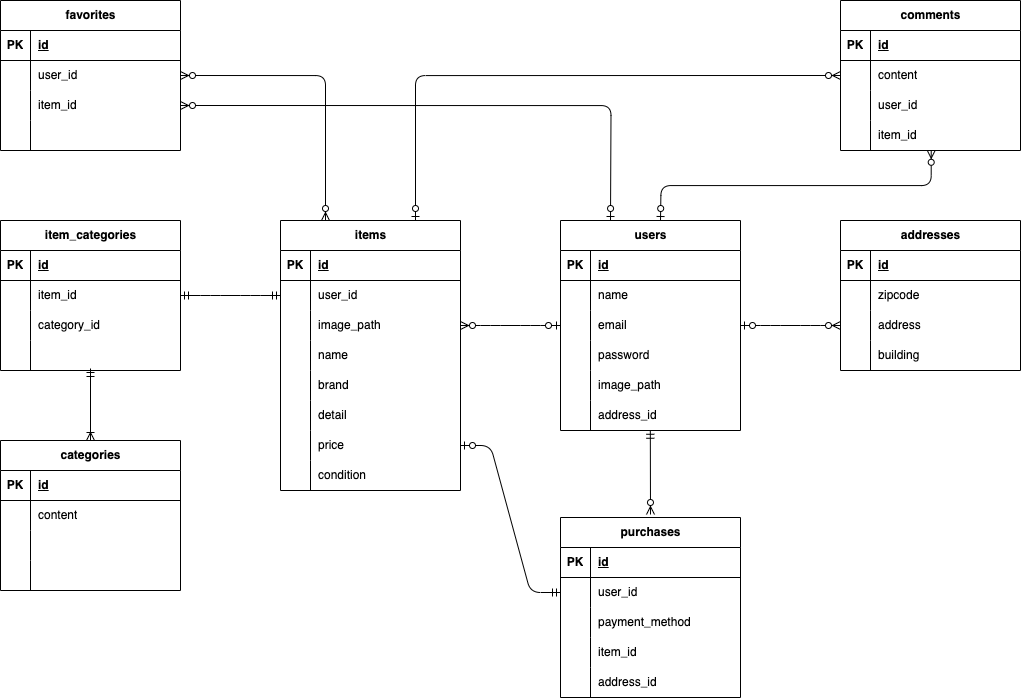
takuyakurikuri/flea-market keeps this draw.io diagram as src/ER.drawio.png. Above is the earlier version. Source tidied: cells renumbered, new cells last; positions are measured from the earlier drawing's top-left corner, leaving out a move shared by most shapes.
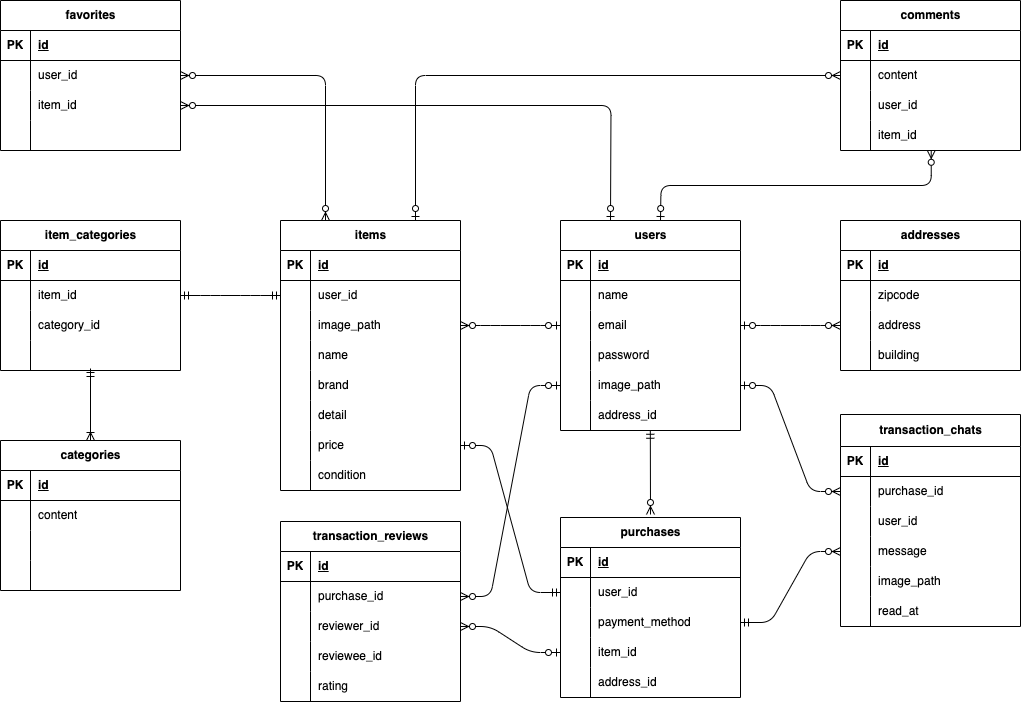
The same file after the commit.

What changed in the source:
```diff
@@ -415,5 +415,122 @@
     <mxCell id="136" style="edgeStyle=entityRelationEdgeStyle;fontSize=12;html=1;endArrow=ERzeroToMany;startArrow=ERzeroToOne;exitX=1;exitY=0.5;exitDx=0;exitDy=0;entryX=0;entryY=0.5;entryDx=0;entryDy=0;" parent="1" edge="1" source="124" target="76">
       <mxGeometry relative="1" as="geometry" />
     </mxCell>
+    <mxCell id="137" value="transaction_chats" style="shape=table;startSize=32;rowLines=0;fontStyle=1;align=center;html=1;" parent="1" vertex="1">
+      <mxGeometry x="840" y="414" width="180" height="212" as="geometry" />
+    </mxCell>
+    <mxCell id="138" style="shape=tableRow;horizontal=0;startSize=0;swimlaneHead=0;swimlaneBody=0;fillColor=none;top=0;left=0;right=0;bottom=1;" parent="137" vertex="1">
+      <mxGeometry y="32" width="180" height="30" as="geometry" />
+    </mxCell>
+    <mxCell id="139" value="PK" style="shape=partialRectangle;fillColor=none;top=0;left=0;bottom=0;right=0;fontStyle=1;overflow=hidden;whiteSpace=wrap;html=1;" parent="138" vertex="1">
+      <mxGeometry width="30" height="30" as="geometry" />
+    </mxCell>
+    <mxCell id="140" value="id" style="shape=partialRectangle;fillColor=none;top=0;left=0;bottom=0;right=0;align=left;spacingLeft=6;fontStyle=5;overflow=hidden;whiteSpace=wrap;html=1;" parent="138" vertex="1">
+      <mxGeometry x="30" width="150" height="30" as="geometry" />
+    </mxCell>
+    <mxCell id="141" style="shape=tableRow;horizontal=0;startSize=0;swimlaneHead=0;swimlaneBody=0;fillColor=none;points=[[0,0.5],[1,0.5]];portConstraint=eastwest;top=0;left=0;right=0;bottom=0;" parent="137" vertex="1">
+      <mxGeometry y="62" width="180" height="30" as="geometry" />
+    </mxCell>
+    <mxCell id="142" style="shape=partialRectangle;fillColor=none;top=0;left=0;bottom=0;right=0;overflow=hidden;whiteSpace=wrap;html=1;" parent="141" vertex="1">
+      <mxGeometry width="30" height="30" as="geometry" />
+    </mxCell>
+    <mxCell id="143" value="purchase_id" style="shape=partialRectangle;fillColor=none;top=0;left=0;bottom=0;right=0;align=left;spacingLeft=6;overflow=hidden;whiteSpace=wrap;html=1;" parent="141" vertex="1">
+      <mxGeometry x="30" width="150" height="30" as="geometry" />
+    </mxCell>
+    <mxCell id="144" style="shape=tableRow;horizontal=0;startSize=0;swimlaneHead=0;swimlaneBody=0;fillColor=none;top=0;left=0;right=0;bottom=0;" parent="137" vertex="1">
+      <mxGeometry y="92" width="180" height="30" as="geometry" />
+    </mxCell>
+    <mxCell id="145" style="shape=partialRectangle;fillColor=none;top=0;left=0;bottom=0;right=0;overflow=hidden;whiteSpace=wrap;html=1;" parent="144" vertex="1">
+      <mxGeometry width="30" height="30" as="geometry" />
+    </mxCell>
+    <mxCell id="146" value="user_id" style="shape=partialRectangle;fillColor=none;top=0;left=0;bottom=0;right=0;align=left;spacingLeft=6;overflow=hidden;whiteSpace=wrap;html=1;" parent="144" vertex="1">
+      <mxGeometry x="30" width="150" height="30" as="geometry" />
+    </mxCell>
+    <mxCell id="147" style="shape=tableRow;horizontal=0;startSize=0;swimlaneHead=0;swimlaneBody=0;fillColor=none;points=[[0,0.5],[1,0.5]];portConstraint=eastwest;top=0;left=0;right=0;bottom=0;" parent="137" vertex="1">
+      <mxGeometry y="122" width="180" height="30" as="geometry" />
+    </mxCell>
+    <mxCell id="148" style="shape=partialRectangle;fillColor=none;top=0;left=0;bottom=0;right=0;overflow=hidden;whiteSpace=wrap;html=1;" parent="147" vertex="1">
+      <mxGeometry width="30" height="30" as="geometry" />
+    </mxCell>
+    <mxCell id="149" value="message" style="shape=partialRectangle;fillColor=none;top=0;left=0;bottom=0;right=0;align=left;spacingLeft=6;overflow=hidden;whiteSpace=wrap;html=1;" parent="147" vertex="1">
+      <mxGeometry x="30" width="150" height="30" as="geometry" />
+    </mxCell>
+    <mxCell id="150" style="shape=tableRow;horizontal=0;startSize=0;swimlaneHead=0;swimlaneBody=0;fillColor=none;top=0;left=0;right=0;bottom=0;" parent="137" vertex="1">
+      <mxGeometry y="152" width="180" height="30" as="geometry" />
+    </mxCell>
+    <mxCell id="151" style="shape=partialRectangle;fillColor=none;top=0;left=0;bottom=0;right=0;overflow=hidden;whiteSpace=wrap;html=1;" parent="150" vertex="1">
+      <mxGeometry width="30" height="30" as="geometry" />
+    </mxCell>
+    <mxCell id="152" value="image_path" style="shape=partialRectangle;fillColor=none;top=0;left=0;bottom=0;right=0;align=left;spacingLeft=6;overflow=hidden;whiteSpace=wrap;html=1;" parent="150" vertex="1">
+      <mxGeometry x="30" width="150" height="30" as="geometry" />
+    </mxCell>
+    <mxCell id="153" style="shape=tableRow;horizontal=0;startSize=0;swimlaneHead=0;swimlaneBody=0;fillColor=none;top=0;left=0;right=0;bottom=0;" parent="137" vertex="1">
+      <mxGeometry y="182" width="180" height="30" as="geometry" />
+    </mxCell>
+    <mxCell id="154" style="shape=partialRectangle;fillColor=none;top=0;left=0;bottom=0;right=0;overflow=hidden;whiteSpace=wrap;html=1;" parent="153" vertex="1">
+      <mxGeometry width="30" height="30" as="geometry" />
+    </mxCell>
+    <mxCell id="155" value="read_at" style="shape=partialRectangle;fillColor=none;top=0;left=0;bottom=0;right=0;align=left;spacingLeft=6;overflow=hidden;whiteSpace=wrap;html=1;" parent="153" vertex="1">
+      <mxGeometry x="30" width="150" height="30" as="geometry" />
+    </mxCell>
+    <mxCell id="156" value="transaction_reviews" style="shape=table;startSize=30;rowLines=0;fontStyle=1;align=center;html=1;" parent="1" vertex="1">
+      <mxGeometry x="280" y="521" width="180" height="180" as="geometry" />
+    </mxCell>
+    <mxCell id="157" style="shape=tableRow;horizontal=0;startSize=0;swimlaneHead=0;swimlaneBody=0;fillColor=none;top=0;left=0;right=0;bottom=1;" parent="156" vertex="1">
+      <mxGeometry y="30" width="180" height="30" as="geometry" />
+    </mxCell>
+    <mxCell id="158" value="PK" style="shape=partialRectangle;fillColor=none;top=0;left=0;bottom=0;right=0;fontStyle=1;overflow=hidden;whiteSpace=wrap;html=1;" parent="157" vertex="1">
+      <mxGeometry width="30" height="30" as="geometry" />
+    </mxCell>
+    <mxCell id="159" value="id" style="shape=partialRectangle;fillColor=none;top=0;left=0;bottom=0;right=0;align=left;spacingLeft=6;fontStyle=5;overflow=hidden;whiteSpace=wrap;html=1;" parent="157" vertex="1">
+      <mxGeometry x="30" width="150" height="30" as="geometry" />
+    </mxCell>
+    <mxCell id="160" style="shape=tableRow;horizontal=0;startSize=0;swimlaneHead=0;swimlaneBody=0;fillColor=none;points=[[0,0.5],[1,0.5]];portConstraint=eastwest;top=0;left=0;right=0;bottom=0;" parent="156" vertex="1">
+      <mxGeometry y="60" width="180" height="30" as="geometry" />
+    </mxCell>
+    <mxCell id="161" style="shape=partialRectangle;fillColor=none;top=0;left=0;bottom=0;right=0;overflow=hidden;whiteSpace=wrap;html=1;" parent="160" vertex="1">
+      <mxGeometry width="30" height="30" as="geometry" />
+    </mxCell>
+    <mxCell id="162" value="purchase_id" style="shape=partialRectangle;fillColor=none;top=0;left=0;bottom=0;right=0;align=left;spacingLeft=6;overflow=hidden;whiteSpace=wrap;html=1;" parent="160" vertex="1">
+      <mxGeometry x="30" width="150" height="30" as="geometry" />
+    </mxCell>
+    <mxCell id="163" style="shape=tableRow;horizontal=0;startSize=0;swimlaneHead=0;swimlaneBody=0;fillColor=none;points=[[0,0.5],[1,0.5]];portConstraint=eastwest;top=0;left=0;right=0;bottom=0;" parent="156" vertex="1">
+      <mxGeometry y="90" width="180" height="30" as="geometry" />
+    </mxCell>
+    <mxCell id="164" style="shape=partialRectangle;fillColor=none;top=0;left=0;bottom=0;right=0;overflow=hidden;whiteSpace=wrap;html=1;" parent="163" vertex="1">
+      <mxGeometry width="30" height="30" as="geometry" />
+    </mxCell>
+    <mxCell id="165" value="reviewer_id" style="shape=partialRectangle;fillColor=none;top=0;left=0;bottom=0;right=0;align=left;spacingLeft=6;overflow=hidden;whiteSpace=wrap;html=1;" parent="163" vertex="1">
+      <mxGeometry x="30" width="150" height="30" as="geometry" />
+    </mxCell>
+    <mxCell id="166" style="shape=tableRow;horizontal=0;startSize=0;swimlaneHead=0;swimlaneBody=0;fillColor=none;top=0;left=0;right=0;bottom=0;" parent="156" vertex="1">
+      <mxGeometry y="120" width="180" height="30" as="geometry" />
+    </mxCell>
+    <mxCell id="167" style="shape=partialRectangle;fillColor=none;top=0;left=0;bottom=0;right=0;overflow=hidden;whiteSpace=wrap;html=1;" parent="166" vertex="1">
+      <mxGeometry width="30" height="30" as="geometry" />
+    </mxCell>
+    <mxCell id="168" value="reviewee_id" style="shape=partialRectangle;fillColor=none;top=0;left=0;bottom=0;right=0;align=left;spacingLeft=6;overflow=hidden;whiteSpace=wrap;html=1;" parent="166" vertex="1">
+      <mxGeometry x="30" width="150" height="30" as="geometry" />
+    </mxCell>
+    <mxCell id="169" style="shape=tableRow;horizontal=0;startSize=0;swimlaneHead=0;swimlaneBody=0;fillColor=none;top=0;left=0;right=0;bottom=0;" parent="156" vertex="1">
+      <mxGeometry y="150" width="180" height="30" as="geometry" />
+    </mxCell>
+    <mxCell id="170" style="shape=partialRectangle;fillColor=none;top=0;left=0;bottom=0;right=0;overflow=hidden;whiteSpace=wrap;html=1;" parent="169" vertex="1">
+      <mxGeometry width="30" height="30" as="geometry" />
+    </mxCell>
+    <mxCell id="171" value="rating" style="shape=partialRectangle;fillColor=none;top=0;left=0;bottom=0;right=0;align=left;spacingLeft=6;overflow=hidden;whiteSpace=wrap;html=1;" parent="169" vertex="1">
+      <mxGeometry x="30" width="150" height="30" as="geometry" />
+    </mxCell>
+    <mxCell id="172" style="edgeStyle=entityRelationEdgeStyle;fontSize=12;html=1;endArrow=ERzeroToMany;startArrow=ERzeroToOne;entryX=1;entryY=0.5;entryDx=0;entryDy=0;exitX=0;exitY=0.5;exitDx=0;exitDy=0;" parent="1" edge="1" source="37" target="163">
+      <mxGeometry relative="1" as="geometry" />
+    </mxCell>
+    <mxCell id="173" style="edgeStyle=entityRelationEdgeStyle;fontSize=12;html=1;endArrow=ERzeroToMany;startArrow=ERzeroToOne;entryX=1;entryY=0.5;entryDx=0;entryDy=0;exitX=0;exitY=0.5;exitDx=0;exitDy=0;" parent="1" edge="1" source="130" target="160">
+      <mxGeometry relative="1" as="geometry" />
+    </mxCell>
+    <mxCell id="174" style="edgeStyle=entityRelationEdgeStyle;fontSize=12;html=1;endArrow=ERzeroToMany;startArrow=ERmandOne;entryX=0;entryY=0.5;entryDx=0;entryDy=0;exitX=1;exitY=0.5;exitDx=0;exitDy=0;" parent="1" edge="1" source="34" target="147">
+      <mxGeometry relative="1" as="geometry" />
+    </mxCell>
+    <mxCell id="175" style="edgeStyle=entityRelationEdgeStyle;fontSize=12;html=1;endArrow=ERzeroToMany;startArrow=ERzeroToOne;entryX=0;entryY=0.5;entryDx=0;entryDy=0;" parent="1" edge="1" source="130" target="141">
+      <mxGeometry relative="1" as="geometry" />
+    </mxCell>
   </root>
 </mxGraphModel>
```
